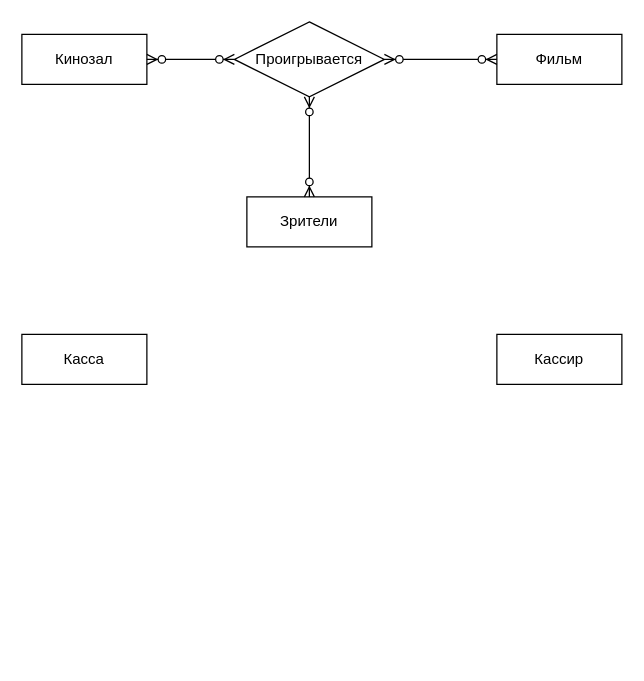
Before: Untitled Diagram.drawio in qbr-dude/CourseWork_CSM, a draw.io diagram. Source tidied: cells renumbered, new cells numbered last; positions are measured from the earlier drawing's top-left corner, leaving out a move shared by most shapes. Both pictures are drawn from the tidied source at 125%, with x=0, y=0 at pixel (21, 21).
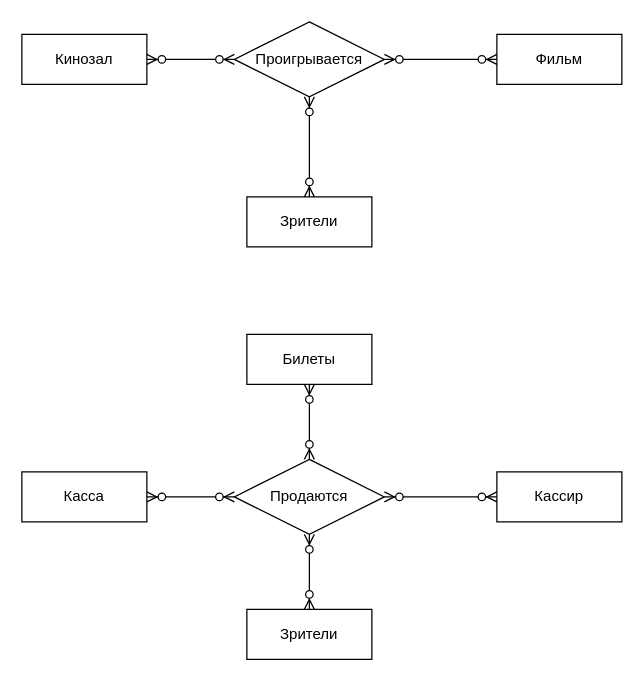
Above is the later version.

The edit, as a diff of the source:
```diff
@@
 <mxGraphModel>
   <root>
     <mxCell id="0" />
     <mxCell id="1" parent="0" />
     <mxCell id="2" value="Кинозал" style="whiteSpace=wrap;html=1;align=center;" parent="1" vertex="1">
       <mxGeometry y="10" width="100" height="40" as="geometry" />
     </mxCell>
     <mxCell id="3" value="Фильм" style="whiteSpace=wrap;html=1;align=center;" parent="1" vertex="1">
       <mxGeometry x="380" y="10" width="100" height="40" as="geometry" />
     </mxCell>
     <mxCell id="4" value="Проигрывается" style="shape=rhombus;perimeter=rhombusPerimeter;whiteSpace=wrap;html=1;align=center;" parent="1" vertex="1">
       <mxGeometry x="170" width="120" height="60" as="geometry" />
     </mxCell>
     <mxCell id="5" value="Зрители" style="whiteSpace=wrap;html=1;align=center;" parent="1" vertex="1">
       <mxGeometry x="180" y="140" width="100" height="40" as="geometry" />
     </mxCell>
     <mxCell id="6" style="edgeStyle=entityRelationEdgeStyle;fontSize=12;html=1;endArrow=ERzeroToMany;endFill=1;startArrow=ERzeroToMany;exitX=1;exitY=0.5;exitDx=0;exitDy=0;entryX=0;entryY=0.5;entryDx=0;entryDy=0;" parent="1" edge="1" source="2" target="4">
       <mxGeometry relative="1" as="geometry" />
     </mxCell>
     <mxCell id="7" style="fontSize=12;html=1;endArrow=ERzeroToMany;endFill=1;startArrow=ERzeroToMany;exitX=0.5;exitY=0;exitDx=0;exitDy=0;entryX=0.5;entryY=1;entryDx=0;entryDy=0;" parent="1" edge="1" source="5" target="4">
       <mxGeometry relative="1" as="geometry" />
     </mxCell>
     <mxCell id="8" style="edgeStyle=entityRelationEdgeStyle;fontSize=12;html=1;endArrow=ERzeroToMany;endFill=1;startArrow=ERzeroToMany;exitX=1;exitY=0.5;exitDx=0;exitDy=0;entryX=0;entryY=0.5;entryDx=0;entryDy=0;" parent="1" edge="1" source="4" target="3">
       <mxGeometry relative="1" as="geometry" />
     </mxCell>
     <mxCell id="9" value="Касса" style="whiteSpace=wrap;html=1;align=center;" parent="1" vertex="1">
-      <mxGeometry y="250" width="100" height="40" as="geometry" />
+      <mxGeometry y="360" width="100" height="40" as="geometry" />
     </mxCell>
     <mxCell id="10" value="Кассир" style="whiteSpace=wrap;html=1;align=center;" parent="1" vertex="1">
-      <mxGeometry x="380" y="250" width="100" height="40" as="geometry" />
+      <mxGeometry x="380" y="360" width="100" height="40" as="geometry" />
     </mxCell>
+    <mxCell id="11" value="Продаются" style="shape=rhombus;perimeter=rhombusPerimeter;whiteSpace=wrap;html=1;align=center;" parent="1" vertex="1">
+      <mxGeometry x="170" y="350" width="120" height="60" as="geometry" />
+    </mxCell>
+    <mxCell id="12" value="Зрители" style="whiteSpace=wrap;html=1;align=center;" parent="1" vertex="1">
+      <mxGeometry x="180" y="470" width="100" height="40" as="geometry" />
+    </mxCell>
+    <mxCell id="13" value="Билеты" style="whiteSpace=wrap;html=1;align=center;" parent="1" vertex="1">
+      <mxGeometry x="180" y="250" width="100" height="40" as="geometry" />
+    </mxCell>
+    <mxCell id="14" style="edgeStyle=entityRelationEdgeStyle;fontSize=12;html=1;endArrow=ERzeroToMany;endFill=1;startArrow=ERzeroToMany;exitX=1;exitY=0.5;exitDx=0;exitDy=0;entryX=0;entryY=0.5;entryDx=0;entryDy=0;" parent="1" edge="1" source="9" target="11">
+      <mxGeometry relative="1" as="geometry" />
+    </mxCell>
+    <mxCell id="15" style="fontSize=12;html=1;endArrow=ERzeroToMany;endFill=1;startArrow=ERzeroToMany;exitX=0.5;exitY=0;exitDx=0;exitDy=0;entryX=0.5;entryY=1;entryDx=0;entryDy=0;" parent="1" edge="1" source="11" target="13">
+      <mxGeometry relative="1" as="geometry" />
+    </mxCell>
+    <mxCell id="16" style="edgeStyle=entityRelationEdgeStyle;fontSize=12;html=1;endArrow=ERzeroToMany;endFill=1;startArrow=ERzeroToMany;exitX=1;exitY=0.5;exitDx=0;exitDy=0;entryX=0;entryY=0.5;entryDx=0;entryDy=0;" parent="1" edge="1" source="11" target="10">
+      <mxGeometry relative="1" as="geometry" />
+    </mxCell>
+    <mxCell id="17" style="fontSize=12;html=1;endArrow=ERzeroToMany;endFill=1;startArrow=ERzeroToMany;exitX=0.5;exitY=0;exitDx=0;exitDy=0;entryX=0.5;entryY=1;entryDx=0;entryDy=0;" parent="1" edge="1" source="12" target="11">
+      <mxGeometry relative="1" as="geometry" />
+    </mxCell>
   </root>
 </mxGraphModel>
```
